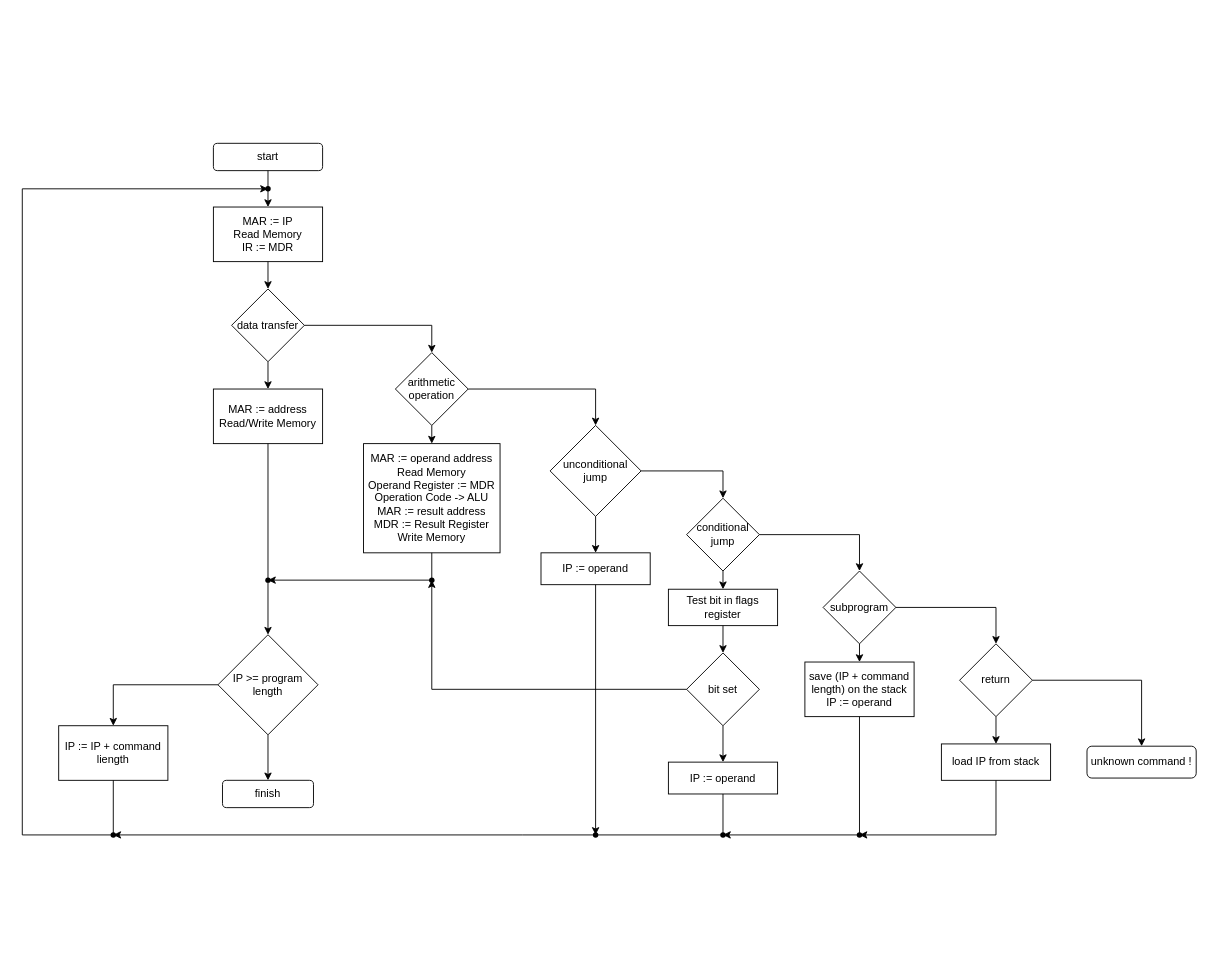
PeterMoroz/notes_about_computer_architecture keeps this draw.io diagram as assets/command_execution.drawio. Above is the earlier version. Source tidied: cells renumbered, new cells numbered last; positions are measured from the earlier drawing's top-left corner, leaving out a move shared by most shapes. Both pictures are drawn from the tidied source at 91%, with x=0, y=0 at pixel (22, 143).
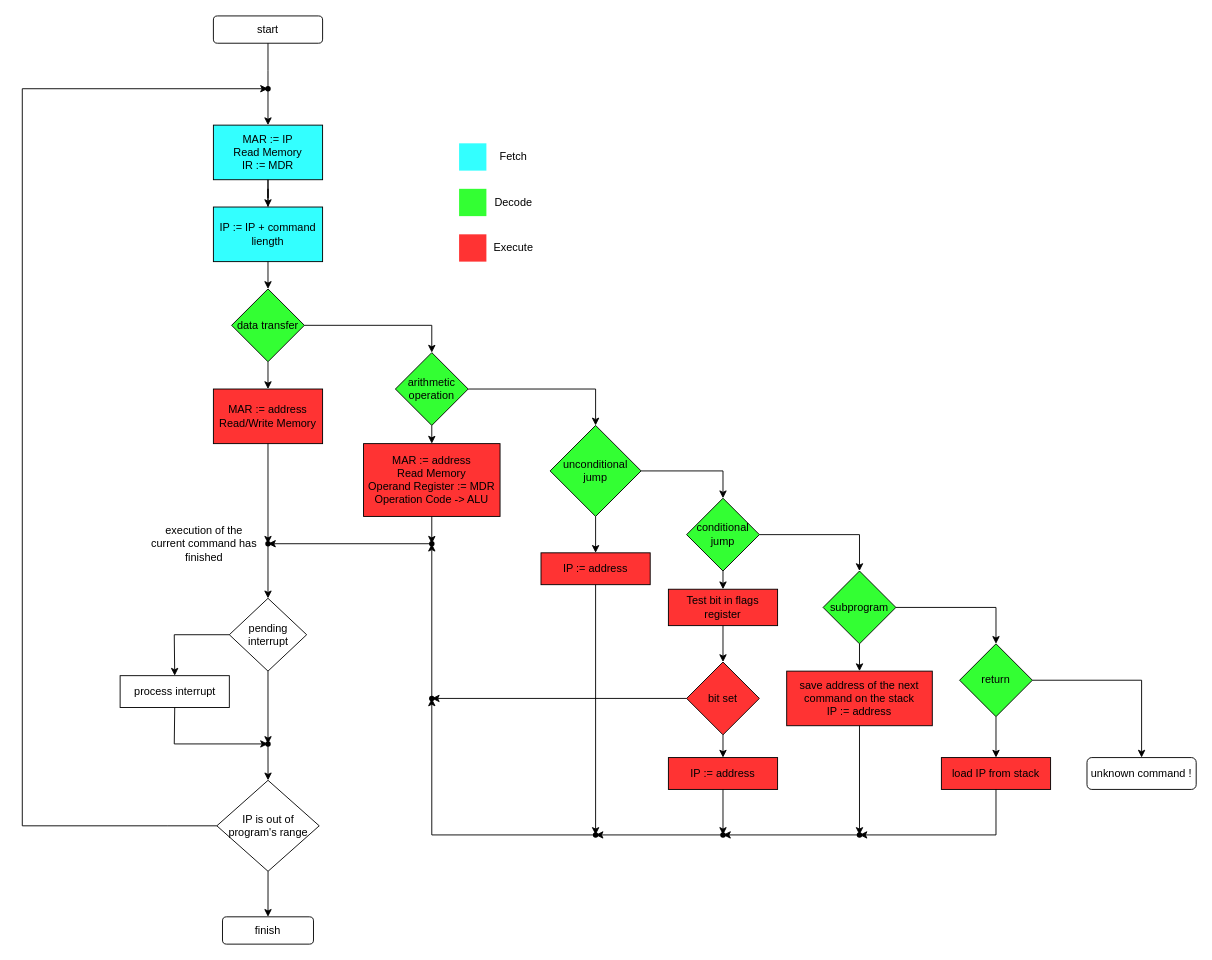
The same page after the edit.

Unchanged cells that the change refers to:
```xml
<mxCell id="44" style="shape=waypoint;sketch=0;fillStyle=solid;size=6;points=[];fillColor=none;perimeter=centerPerimeter;snapToPoint=1;" parent="1" vertex="1">
  <mxGeometry x="910" y="750" width="20" height="20" as="geometry" />
</mxCell>
<mxCell id="46" style="shape=waypoint;sketch=0;fillStyle=solid;size=6;points=[];fillColor=none;perimeter=centerPerimeter;snapToPoint=1;" parent="1" vertex="1">
  <mxGeometry x="760" y="750" width="20" height="20" as="geometry" />
</mxCell>
<mxCell id="56" style="shape=waypoint;sketch=0;fillStyle=solid;size=6;points=[];fillColor=none;perimeter=centerPerimeter;snapToPoint=1;" parent="1" vertex="1">
  <mxGeometry x="620" y="750" width="20" height="20" as="geometry" />
</mxCell>
```

What changed in the source:
```diff
@@
     <mxCell id="2" value="start" style="rounded=1;whiteSpace=wrap;html=1;" parent="1" vertex="1">
-      <mxGeometry x="210" width="120" height="30" as="geometry" />
+      <mxGeometry x="210" y="-140" width="120" height="30" as="geometry" />
     </mxCell>
-    <mxCell id="3" value="MAR := IP&lt;br&gt;Read Memory&lt;br&gt;IR := MDR" style="rounded=0;whiteSpace=wrap;html=1;" parent="1" vertex="1">
-      <mxGeometry x="210" y="70" width="120" height="60" as="geometry" />
+    <mxCell id="3" value="MAR := IP&lt;br&gt;Read Memory&lt;br&gt;IR := MDR" style="rounded=0;whiteSpace=wrap;html=1;fillColor=#33FFFF;" parent="1" vertex="1">
+      <mxGeometry x="210" y="-20" width="120" height="60" as="geometry" />
     </mxCell>
-    <mxCell id="4" value="data transfer" style="rhombus;whiteSpace=wrap;html=1;" parent="1" vertex="1">
+    <mxCell id="4" value="data transfer" style="rhombus;whiteSpace=wrap;html=1;fillColor=#33FF33;" parent="1" vertex="1">
       <mxGeometry x="230" y="160" width="80" height="80" as="geometry" />
     </mxCell>
-    <mxCell id="5" value="MAR := address&lt;br&gt;Read/Write Memory" style="rounded=0;whiteSpace=wrap;html=1;" parent="1" vertex="1">
+    <mxCell id="5" value="MAR := address&lt;br&gt;Read/Write Memory" style="rounded=0;whiteSpace=wrap;html=1;fillColor=#FF3333;" parent="1" vertex="1">
       <mxGeometry x="210" y="270" width="120" height="60" as="geometry" />
     </mxCell>
-    <mxCell id="6" value="IP &amp;gt;= program length" style="rhombus;whiteSpace=wrap;html=1;" parent="1" vertex="1">
-      <mxGeometry x="215" y="540" width="110" height="110" as="geometry" />
+    <mxCell id="6" value="pending interrupt" style="rhombus;whiteSpace=wrap;html=1;" parent="1" vertex="1">
+      <mxGeometry x="227.5" y="500" width="85" height="80" as="geometry" />
     </mxCell>
     <mxCell id="7" style="endArrow=classic;html=1;rounded=0;exitX=0.5;exitY=1;exitDx=0;exitDy=0;" parent="1" edge="1" source="2" target="3">
-      <mxGeometry relative="1" as="geometry" />
+      <mxGeometry relative="1" as="geometry">
+        <Array as="points">
+          <mxPoint x="270" y="-80" />
+          <mxPoint x="270" y="-60" />
+        </Array>
+      </mxGeometry>
     </mxCell>
@@
-    <mxCell id="10" style="endArrow=classic;html=1;rounded=0;exitX=0.5;exitY=1;exitDx=0;exitDy=0;entryX=0.5;entryY=0;entryDx=0;entryDy=0;" parent="1" edge="1" source="5" target="6">
+    <mxCell id="10" style="endArrow=classic;html=1;rounded=0;exitX=0.5;exitY=1;exitDx=0;exitDy=0;entryX=0.451;entryY=0.264;entryDx=0;entryDy=0;entryPerimeter=0;" parent="1" edge="1" source="5" target="49">
       <mxGeometry relative="1" as="geometry" />
     </mxCell>
-    <mxCell id="11" value="IP := IP + command liength" style="rounded=0;whiteSpace=wrap;html=1;" parent="1" vertex="1">
-      <mxGeometry x="40" y="640" width="120" height="60" as="geometry" />
-    </mxCell>
-    <mxCell id="12" style="endArrow=classic;html=1;rounded=0;exitX=0;exitY=0.5;exitDx=0;exitDy=0;entryX=0.5;entryY=0;entryDx=0;entryDy=0;" parent="1" edge="1" source="6" target="11">
-      <mxGeometry relative="1" as="geometry">
-        <Array as="points">
-          <mxPoint x="100" y="595" />
-        </Array>
-      </mxGeometry>
-    </mxCell>
-    <mxCell id="13" style="endArrow=classic;html=1;rounded=0;exitX=0.5;exitY=1;exitDx=0;exitDy=0;" parent="1" edge="1" source="11" target="53">
+    <mxCell id="13" style="endArrow=classic;html=1;rounded=0;exitX=0;exitY=0.5;exitDx=0;exitDy=0;" parent="1" edge="1" source="78">
       <mxGeometry relative="1" as="geometry">
+        <mxPoint x="270" y="-60" as="targetPoint" />
         <Array as="points">
-          <mxPoint x="100" y="760" />
-          <mxPoint y="760" />
-          <mxPoint y="50" />
+          <mxPoint x="160" y="750" />
+          <mxPoint y="750" />
+          <mxPoint y="-60" />
         </Array>
       </mxGeometry>
     </mxCell>
-    <mxCell id="14" value="arithmetic operation" style="rhombus;whiteSpace=wrap;html=1;" parent="1" vertex="1">
+    <mxCell id="14" value="arithmetic operation" style="rhombus;whiteSpace=wrap;html=1;fillColor=#33FF33;" parent="1" vertex="1">
       <mxGeometry x="410" y="230" width="80" height="80" as="geometry" />
     </mxCell>
@@
-    <mxCell id="16" value="MAR := operand address&lt;br&gt;Read Memory&lt;br&gt;Operand Register := MDR&lt;br&gt;Operation Code -&amp;gt; ALU&lt;br&gt;MAR := result address&lt;br&gt;MDR := Result Register&lt;br&gt;Write Memory" style="rounded=0;whiteSpace=wrap;html=1;" parent="1" vertex="1">
-      <mxGeometry x="375" y="330" width="150" height="120" as="geometry" />
+    <mxCell id="16" value="MAR := address&lt;br&gt;Read Memory&lt;br&gt;Operand Register := MDR&lt;br&gt;Operation Code -&amp;gt; ALU" style="rounded=0;whiteSpace=wrap;html=1;fillColor=#FF3333;" parent="1" vertex="1">
+      <mxGeometry x="375" y="330" width="150" height="80" as="geometry" />
     </mxCell>
@@
-    <mxCell id="18" style="endArrow=classic;html=1;rounded=0;exitDx=0;exitDy=0;" parent="1" edge="1" source="49">
-      <mxGeometry relative="1" as="geometry">
-        <mxPoint x="270" y="480" as="targetPoint" />
-      </mxGeometry>
-    </mxCell>
-    <mxCell id="19" value="unconditional jump" style="rhombus;whiteSpace=wrap;html=1;" parent="1" vertex="1">
+    <mxCell id="19" value="unconditional jump" style="rhombus;whiteSpace=wrap;html=1;fillColor=#33FF33;" parent="1" vertex="1">
       <mxGeometry x="580" y="310" width="100" height="100" as="geometry" />
     </mxCell>
@@
-    <mxCell id="21" value="IP := operand" style="rounded=0;whiteSpace=wrap;html=1;" parent="1" vertex="1">
+    <mxCell id="21" value="IP := address" style="rounded=0;whiteSpace=wrap;html=1;fillColor=#FF3333;" parent="1" vertex="1">
       <mxGeometry x="570" y="450" width="120" height="35" as="geometry" />
     </mxCell>
@@
-    <mxCell id="23" value="conditional jump" style="rhombus;whiteSpace=wrap;html=1;" parent="1" vertex="1">
+    <mxCell id="23" value="conditional jump" style="rhombus;whiteSpace=wrap;html=1;fillColor=#33FF33;" parent="1" vertex="1">
       <mxGeometry x="730" y="390" width="80" height="80" as="geometry" />
     </mxCell>
@@
-    <mxCell id="25" value="Test bit in flags register" style="rounded=0;whiteSpace=wrap;html=1;" parent="1" vertex="1">
+    <mxCell id="25" value="Test bit in flags register" style="rounded=0;whiteSpace=wrap;html=1;fillColor=#FF3333;" parent="1" vertex="1">
       <mxGeometry x="710" y="490" width="120" height="40" as="geometry" />
     </mxCell>
@@
-    <mxCell id="27" value="bit set" style="rhombus;whiteSpace=wrap;html=1;" parent="1" vertex="1">
-      <mxGeometry x="730" y="560" width="80" height="80" as="geometry" />
+    <mxCell id="27" value="bit set" style="rhombus;whiteSpace=wrap;html=1;fillColor=#FF3333;" parent="1" vertex="1">
+      <mxGeometry x="730" y="570" width="80" height="80" as="geometry" />
     </mxCell>
-    <mxCell id="28" value="IP := operand" style="rounded=0;whiteSpace=wrap;html=1;" parent="1" vertex="1">
-      <mxGeometry x="710" y="680" width="120" height="35" as="geometry" />
+    <mxCell id="28" value="IP := address" style="rounded=0;whiteSpace=wrap;html=1;fillColor=#FF3333;" parent="1" vertex="1">
+      <mxGeometry x="710" y="675" width="120" height="35" as="geometry" />
     </mxCell>
-    <mxCell id="29" style="endArrow=classic;html=1;rounded=0;entryX=0.5;entryY=0;entryDx=0;entryDy=0;exitX=0.5;exitY=1;exitDx=0;exitDy=0;" parent="1" edge="1" target="28">
+    <mxCell id="29" style="endArrow=classic;html=1;rounded=0;entryX=0.5;entryY=0;entryDx=0;entryDy=0;" parent="1" edge="1" target="28">
       <mxGeometry relative="1" as="geometry">
-        <mxPoint x="770" y="640" as="sourcePoint" />
+        <mxPoint x="770" y="650" as="sourcePoint" />
       </mxGeometry>
     </mxCell>
@@
-    <mxCell id="31" value="subprogram" style="rhombus;whiteSpace=wrap;html=1;" parent="1" vertex="1">
+    <mxCell id="31" value="subprogram" style="rhombus;whiteSpace=wrap;html=1;fillColor=#33FF33;" parent="1" vertex="1">
       <mxGeometry x="880" y="470" width="80" height="80" as="geometry" />
     </mxCell>
@@
-    <mxCell id="33" value="save (IP + command length) on the stack&lt;br&gt;IP := operand" style="rounded=0;whiteSpace=wrap;html=1;" parent="1" vertex="1">
-      <mxGeometry x="860" y="570" width="120" height="60" as="geometry" />
+    <mxCell id="33" value="save address of the next command on the stack&lt;br&gt;IP := address" style="rounded=0;whiteSpace=wrap;html=1;fillColor=#FF3333;" parent="1" vertex="1">
+      <mxGeometry x="840" y="580" width="160" height="60" as="geometry" />
     </mxCell>
@@
-    <mxCell id="36" value="return" style="rhombus;whiteSpace=wrap;html=1;" parent="1" vertex="1">
+    <mxCell id="36" value="return" style="rhombus;whiteSpace=wrap;html=1;fillColor=#33FF33;" parent="1" vertex="1">
       <mxGeometry x="1030" y="550" width="80" height="80" as="geometry" />
     </mxCell>
@@
-    <mxCell id="38" value="load IP from stack" style="rounded=0;whiteSpace=wrap;html=1;" parent="1" vertex="1">
-      <mxGeometry x="1010" y="660" width="120" height="40" as="geometry" />
+    <mxCell id="38" value="load IP from stack" style="rounded=0;whiteSpace=wrap;html=1;fillColor=#FF3333;" parent="1" vertex="1">
+      <mxGeometry x="1010" y="675" width="120" height="35" as="geometry" />
     </mxCell>
@@
     <mxCell id="41" value="finish" style="rounded=1;whiteSpace=wrap;html=1;" parent="1" vertex="1">
-      <mxGeometry x="220" y="700" width="100" height="30" as="geometry" />
+      <mxGeometry x="220" y="850" width="100" height="30" as="geometry" />
     </mxCell>
-    <mxCell id="42" style="endArrow=classic;html=1;rounded=0;exitX=0.5;exitY=1;exitDx=0;exitDy=0;entryX=0.5;entryY=0;entryDx=0;entryDy=0;" parent="1" edge="1" source="6" target="41">
-      <mxGeometry relative="1" as="geometry" />
-    </mxCell>
@@
-    <mxCell id="45" style="endArrow=classic;html=1;rounded=0;exitX=0.5;exitY=1;exitDx=0;exitDy=0;" parent="1" edge="1" source="33" target="46">
-      <mxGeometry relative="1" as="geometry">
-        <Array as="points">
-          <mxPoint x="920" y="760" />
-        </Array>
-      </mxGeometry>
-    </mxCell>
@@
-    <mxCell id="47" style="endArrow=classic;html=1;rounded=0;exitX=0.5;exitY=1;exitDx=0;exitDy=0;" parent="1" edge="1" source="28" target="52">
-      <mxGeometry relative="1" as="geometry">
-        <Array as="points">
-          <mxPoint x="770" y="760" />
-          <mxPoint x="550" y="760" />
-        </Array>
-      </mxGeometry>
-    </mxCell>
-    <mxCell id="48" style="endArrow=classic;html=1;rounded=0;exitX=0.5;exitY=1;exitDx=0;exitDy=0;" parent="1" edge="1" source="16" target="49">
-      <mxGeometry relative="1" as="geometry">
-        <Array as="points">
-          <mxPoint x="450" y="480" />
-        </Array>
-      </mxGeometry>
-    </mxCell>
     <mxCell id="49" style="shape=waypoint;sketch=0;fillStyle=solid;size=6;points=[];fillColor=none;perimeter=centerPerimeter;snapToPoint=1;" parent="1" vertex="1">
-      <mxGeometry x="260" y="470" width="20" height="20" as="geometry" />
+      <mxGeometry x="260" y="430" width="20" height="20" as="geometry" />
     </mxCell>
-    <mxCell id="50" style="endArrow=classic;html=1;rounded=0;exitX=0;exitY=0.5;exitDx=0;exitDy=0;" parent="1" edge="1" source="27" target="51">
-      <mxGeometry relative="1" as="geometry">
-        <Array as="points">
-          <mxPoint x="450" y="600" />
-        </Array>
-      </mxGeometry>
+    <mxCell id="50" style="endArrow=classic;html=1;rounded=0;exitDx=0;exitDy=0;" parent="1" edge="1" source="52" target="51">
+      <mxGeometry relative="1" as="geometry" />
     </mxCell>
-    <mxCell id="51" style="shape=waypoint;sketch=0;fillStyle=solid;size=6;points=[];fillColor=none;perimeter=centerPerimeter;snapToPoint=1;" parent="1" vertex="1">
-      <mxGeometry x="440" y="470" width="20" height="20" as="geometry" />
-    </mxCell>
-    <mxCell id="52" style="shape=waypoint;sketch=0;fillStyle=solid;size=6;points=[];fillColor=none;perimeter=centerPerimeter;snapToPoint=1;" parent="1" vertex="1">
-      <mxGeometry x="90" y="750" width="20" height="20" as="geometry" />
-    </mxCell>
-    <mxCell id="53" style="shape=waypoint;sketch=0;fillStyle=solid;size=6;points=[];fillColor=none;perimeter=centerPerimeter;snapToPoint=1;" parent="1" vertex="1">
-      <mxGeometry x="260" y="40" width="20" height="20" as="geometry" />
-    </mxCell>
@@
     <mxCell id="57" value="unknown command !" style="rounded=1;whiteSpace=wrap;html=1;" parent="1" vertex="1">
-      <mxGeometry x="1170" y="662.5" width="120" height="35" as="geometry" />
+      <mxGeometry x="1170" y="675" width="120" height="35" as="geometry" />
     </mxCell>
@@
+    <mxCell id="59" style="rounded=0;whiteSpace=wrap;html=1;strokeColor=none;fillColor=#33FFFF;" parent="1" vertex="1">
+      <mxGeometry x="480" width="30" height="30" as="geometry" />
+    </mxCell>
+    <mxCell id="60" value="Fetch" style="text;html=1;strokeColor=none;fillColor=none;align=center;verticalAlign=middle;whiteSpace=wrap;rounded=0;" parent="1" vertex="1">
+      <mxGeometry x="510" width="60" height="30" as="geometry" />
+    </mxCell>
+    <mxCell id="61" style="rounded=0;whiteSpace=wrap;html=1;strokeColor=none;fillColor=#33FF33;" parent="1" vertex="1">
+      <mxGeometry x="480" y="50" width="30" height="30" as="geometry" />
+    </mxCell>
+    <mxCell id="62" value="Decode" style="text;html=1;strokeColor=none;fillColor=none;align=center;verticalAlign=middle;whiteSpace=wrap;rounded=0;" parent="1" vertex="1">
+      <mxGeometry x="510" y="50" width="60" height="30" as="geometry" />
+    </mxCell>
+    <mxCell id="63" style="rounded=0;whiteSpace=wrap;html=1;strokeColor=none;fillColor=#FF3333;" parent="1" vertex="1">
+      <mxGeometry x="480" y="100" width="30" height="30" as="geometry" />
+    </mxCell>
+    <mxCell id="64" value="Execute" style="text;html=1;strokeColor=none;fillColor=none;align=center;verticalAlign=middle;whiteSpace=wrap;rounded=0;" parent="1" vertex="1">
+      <mxGeometry x="510" y="100" width="60" height="30" as="geometry" />
+    </mxCell>
+    <mxCell id="53" style="shape=waypoint;sketch=0;fillStyle=solid;size=6;points=[];fillColor=none;perimeter=centerPerimeter;snapToPoint=1;" parent="1" vertex="1">
+      <mxGeometry x="260" y="-70" width="20" height="20" as="geometry" />
+    </mxCell>
+    <mxCell id="65" style="edgeStyle=orthogonalEdgeStyle;rounded=0;jettySize=auto;html=1;exitX=0.5;exitY=0;exitDx=0;exitDy=0;exitPerimeter=0;startArrow=classic;startFill=1;endArrow=none;endFill=0;" parent="1" edge="1" source="11" target="3">
+      <mxGeometry relative="1" as="geometry" />
+    </mxCell>
+    <mxCell id="11" value="IP := IP + command liength" style="rounded=0;whiteSpace=wrap;html=1;strokeColor=#000000;fillColor=#33FFFF;" parent="1" vertex="1">
+      <mxGeometry x="210" y="70" width="120" height="60" as="geometry" />
+    </mxCell>
+    <mxCell id="51" style="shape=waypoint;sketch=0;fillStyle=solid;size=6;points=[];fillColor=none;perimeter=centerPerimeter;snapToPoint=1;" parent="1" vertex="1">
+      <mxGeometry x="440" y="430" width="20" height="20" as="geometry" />
+    </mxCell>
+    <mxCell id="66" style="endArrow=classic;html=1;rounded=0;exitX=0;exitY=0.5;exitDx=0;exitDy=0;" parent="1" edge="1" source="27" target="52">
+      <mxGeometry relative="1" as="geometry">
+        <Array as="points">
+          <mxPoint x="450" y="610" />
+        </Array>
+      </mxGeometry>
+    </mxCell>
+    <mxCell id="52" style="shape=waypoint;sketch=0;fillStyle=solid;size=6;points=[];fillColor=none;perimeter=centerPerimeter;snapToPoint=1;" parent="1" vertex="1">
+      <mxGeometry x="440" y="600" width="20" height="20" as="geometry" />
+    </mxCell>
+    <mxCell id="67" style="endArrow=classic;html=1;rounded=0;exitX=0.5;exitY=1;exitDx=0;exitDy=0;" parent="1" edge="1" source="16" target="51">
+      <mxGeometry relative="1" as="geometry" />
+    </mxCell>
+    <mxCell id="68" style="endArrow=classic;html=1;rounded=0;exitX=0.5;exitY=1;exitDx=0;exitDy=0;entryX=0.451;entryY=0.082;entryDx=0;entryDy=0;entryPerimeter=0;" parent="1" edge="1" source="28" target="46">
+      <mxGeometry relative="1" as="geometry" />
+    </mxCell>
+    <mxCell id="69" style="endArrow=classic;html=1;rounded=0;exitX=0.5;exitY=1;exitDx=0;exitDy=0;entryX=0.496;entryY=0.173;entryDx=0;entryDy=0;entryPerimeter=0;" parent="1" edge="1" source="33" target="44">
+      <mxGeometry relative="1" as="geometry" />
+    </mxCell>
+    <mxCell id="70" style="endArrow=classic;html=1;rounded=0;exitX=0.132;exitY=0.537;exitDx=0;exitDy=0;exitPerimeter=0;entryX=0.905;entryY=0.446;entryDx=0;entryDy=0;entryPerimeter=0;" parent="1" edge="1" source="44" target="46">
+      <mxGeometry relative="1" as="geometry" />
+    </mxCell>
+    <mxCell id="71" style="endArrow=classic;html=1;rounded=0;exitX=0.36;exitY=0.764;exitDx=0;exitDy=0;exitPerimeter=0;entryX=0.905;entryY=0.446;entryDx=0;entryDy=0;entryPerimeter=0;" parent="1" edge="1" source="46" target="56">
+      <mxGeometry relative="1" as="geometry" />
+    </mxCell>
+    <mxCell id="72" style="endArrow=classic;html=1;rounded=0;exitX=0.132;exitY=0.673;exitDx=0;exitDy=0;exitPerimeter=0;entryX=0.451;entryY=0.809;entryDx=0;entryDy=0;entryPerimeter=0;" parent="1" edge="1" source="56" target="52">
+      <mxGeometry relative="1" as="geometry">
+        <Array as="points">
+          <mxPoint x="450" y="760" />
+        </Array>
+      </mxGeometry>
+    </mxCell>
+    <mxCell id="73" style="endArrow=classic;html=1;rounded=0;exitX=0.314;exitY=0.809;exitDx=0;exitDy=0;exitPerimeter=0;entryX=0.5;entryY=0;entryDx=0;entryDy=0;" parent="1" edge="1" source="49" target="6">
+      <mxGeometry relative="1" as="geometry" />
+    </mxCell>
+    <mxCell id="74" style="endArrow=classic;html=1;rounded=0;entryX=0.678;entryY=0.355;entryDx=0;entryDy=0;entryPerimeter=0;" parent="1" edge="1" source="51" target="49">
+      <mxGeometry relative="1" as="geometry" />
+    </mxCell>
+    <mxCell id="75" value="execution of the current command has finished" style="text;html=1;strokeColor=none;fillColor=none;align=center;verticalAlign=middle;whiteSpace=wrap;rounded=0;" parent="1" vertex="1">
+      <mxGeometry x="140" y="417.5" width="120" height="45" as="geometry" />
+    </mxCell>
+    <mxCell id="76" value="process interrupt" style="rounded=0;whiteSpace=wrap;html=1;" parent="1" vertex="1">
+      <mxGeometry x="107.5" y="585" width="120" height="35" as="geometry" />
+    </mxCell>
+    <mxCell id="77" style="endArrow=classic;html=1;rounded=0;exitX=0;exitY=0.5;exitDx=0;exitDy=0;entryX=0.5;entryY=0;entryDx=0;entryDy=0;" parent="1" edge="1" source="6" target="76">
+      <mxGeometry relative="1" as="geometry">
+        <Array as="points">
+          <mxPoint x="167" y="540" />
+        </Array>
+      </mxGeometry>
+    </mxCell>
+    <mxCell id="78" value="IP is out of program's range" style="rhombus;whiteSpace=wrap;html=1;" parent="1" vertex="1">
+      <mxGeometry x="213.8" y="700" width="112.5" height="100" as="geometry" />
+    </mxCell>
+    <mxCell id="79" style="endArrow=classic;html=1;rounded=0;exitX=0.5;exitY=1;exitDx=0;exitDy=0;entryX=0.5;entryY=0;entryDx=0;entryDy=0;" parent="1" edge="1" source="78" target="41">
+      <mxGeometry relative="1" as="geometry" />
+    </mxCell>
+    <mxCell id="80" style="endArrow=classic;html=1;rounded=0;entryX=0.5;entryY=0;entryDx=0;entryDy=0;" parent="1" edge="1" source="83" target="78">
+      <mxGeometry relative="1" as="geometry" />
+    </mxCell>
+    <mxCell id="81" style="endArrow=classic;html=1;rounded=0;exitX=0.5;exitY=1;exitDx=0;exitDy=0;" parent="1" edge="1" source="6" target="83">
+      <mxGeometry relative="1" as="geometry" />
+    </mxCell>
+    <mxCell id="82" style="endArrow=classic;html=1;rounded=0;entryDx=0;entryDy=0;" parent="1" edge="1" target="83">
+      <mxGeometry relative="1" as="geometry">
+        <mxPoint x="270" y="660" as="sourcePoint" />
+      </mxGeometry>
+    </mxCell>
+    <mxCell id="83" style="shape=waypoint;sketch=0;fillStyle=solid;size=6;points=[];fillColor=none;perimeter=centerPerimeter;snapToPoint=1;" parent="1" vertex="1">
+      <mxGeometry x="260" y="650" width="20" height="20" as="geometry" />
+    </mxCell>
+    <mxCell id="84" style="endArrow=classic;html=1;rounded=0;exitX=0.5;exitY=1;exitDx=0;exitDy=0;entryX=0.429;entryY=0.734;entryDx=0;entryDy=0;entryPerimeter=0;" parent="1" edge="1" source="76" target="83">
+      <mxGeometry relative="1" as="geometry">
+        <Array as="points">
+          <mxPoint x="167" y="660" />
+        </Array>
+      </mxGeometry>
+    </mxCell>
```
